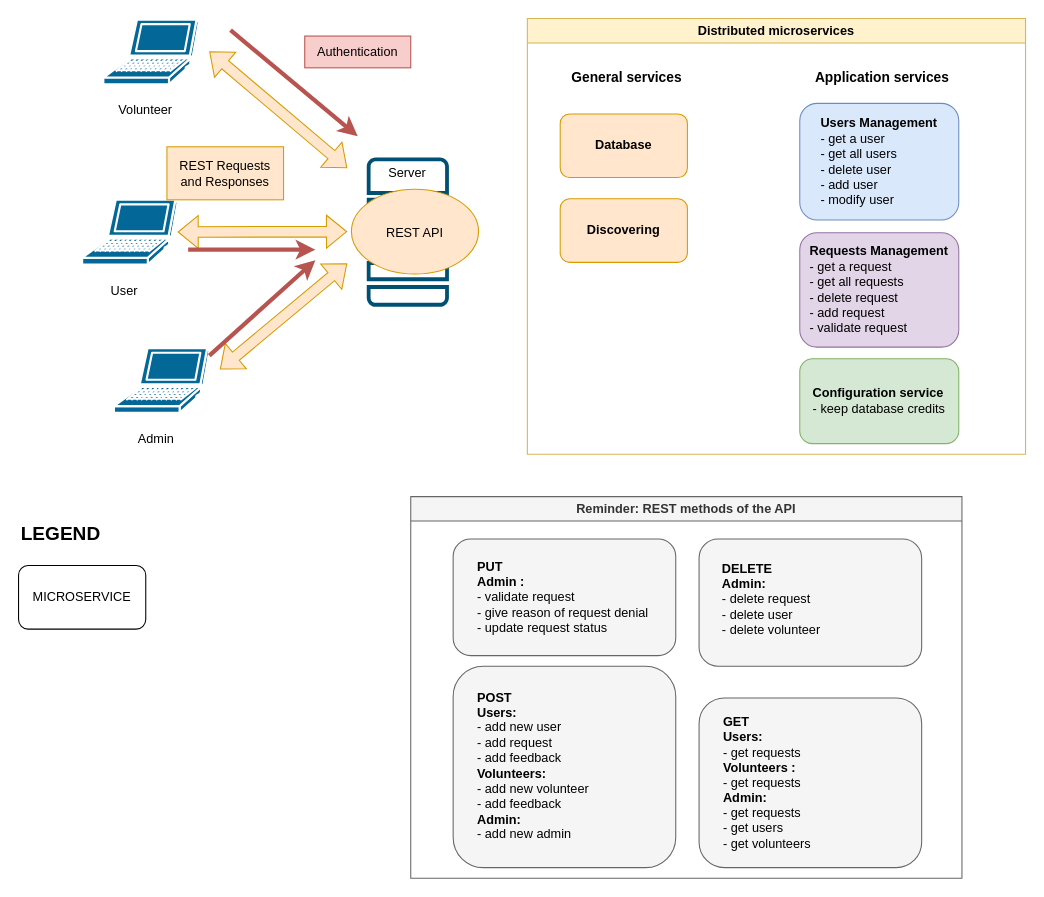
The draw.io diagram archi-finale-microservices.drawio in RomainMln/ServiceArchitecture, before the edit. Source tidied: cells renumbered, new cells numbered last; positions are measured from the earlier drawing's top-left corner, leaving out a move shared by most shapes. Both pictures are drawn from the tidied source at 106%, with x=0, y=0 at pixel (18, 18).
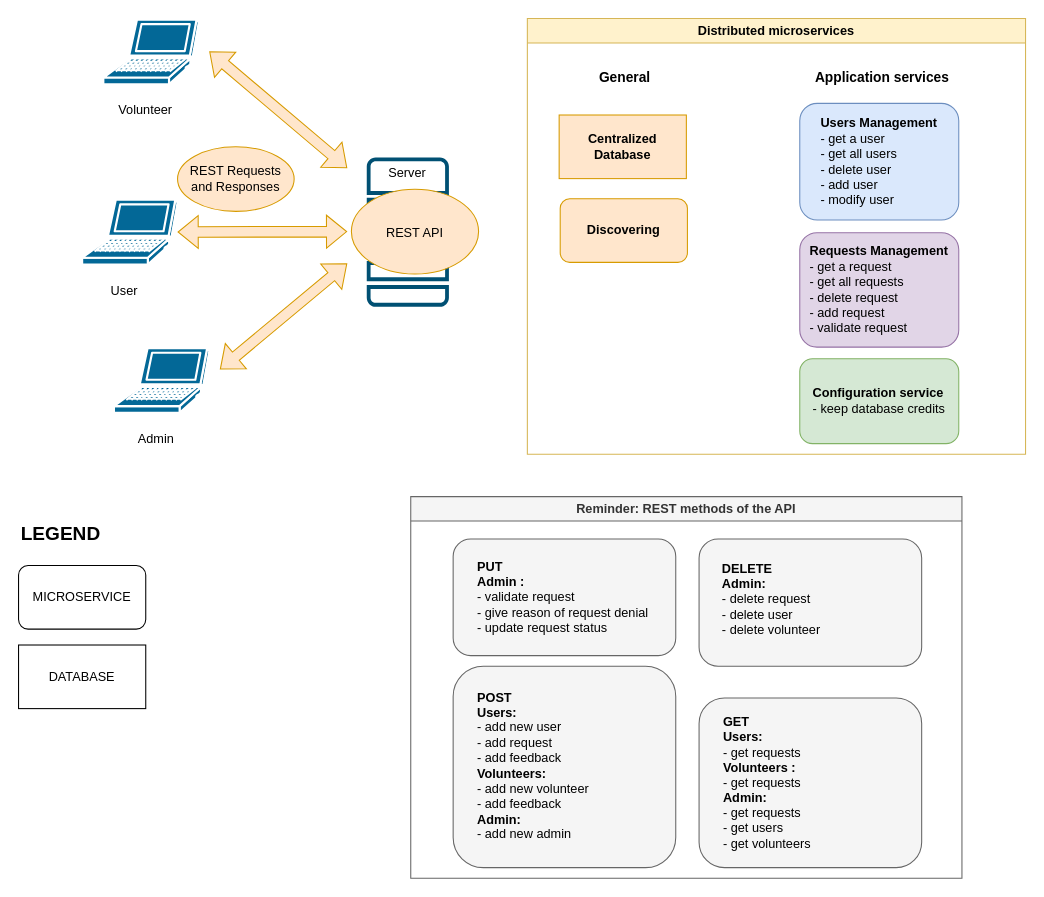
After the change.

The change refers to these unchanged cells:
```xml
<mxCell id="34" value="Distributed microservices" style="swimlane;whiteSpace=wrap;html=1;fillColor=#fff2cc;strokeColor=#d6b656;" parent="1" vertex="1">
  <mxGeometry x="480" width="470" height="411" as="geometry" />
</mxCell>
```

The edit, as a diff of the source:
```diff
@@
-    <mxCell id="17" value="REST Requests and Responses" style="text;html=1;strokeColor=#d79b00;fillColor=#ffe6cc;align=center;verticalAlign=middle;whiteSpace=wrap;rounded=0;" parent="1" vertex="1">
-      <mxGeometry x="140" y="121" width="110" height="50" as="geometry" />
-    </mxCell>
-    <mxCell id="18" style="endArrow=classic;html=1;rounded=0;fillColor=#f8cecc;strokeColor=#b85450;strokeWidth=4;" parent="1" edge="1">
-      <mxGeometry relative="1" as="geometry">
-        <mxPoint x="180" y="318" as="sourcePoint" />
-        <mxPoint x="280" y="228" as="targetPoint" />
-      </mxGeometry>
-    </mxCell>
-    <mxCell id="19" value="Authentication" style="text;html=1;strokeColor=#b85450;fillColor=#f8cecc;align=center;verticalAlign=middle;whiteSpace=wrap;rounded=0;" parent="1" vertex="1">
-      <mxGeometry x="270" y="16.5" width="100" height="30" as="geometry" />
-    </mxCell>
@@
-    <mxCell id="29" value="&lt;b&gt;Database&lt;/b&gt;" style="rounded=1;whiteSpace=wrap;html=1;fillColor=#ffe6cc;strokeColor=#d79b00;" parent="1" vertex="1">
-      <mxGeometry x="511" y="90" width="120" height="60" as="geometry" />
-    </mxCell>
@@
-    <mxCell id="31" value="&lt;b&gt;&lt;font style=&quot;font-size: 13px;&quot;&gt;General services&lt;/font&gt;&lt;/b&gt;" style="text;html=1;strokeColor=none;fillColor=none;align=center;verticalAlign=middle;whiteSpace=wrap;rounded=0;" parent="1" vertex="1">
+    <mxCell id="31" value="&lt;b&gt;&lt;font style=&quot;font-size: 13px;&quot;&gt;General&amp;nbsp;&lt;/font&gt;&lt;/b&gt;" style="text;html=1;strokeColor=none;fillColor=none;align=center;verticalAlign=middle;whiteSpace=wrap;rounded=0;" parent="1" vertex="1">
       <mxGeometry x="519" y="40" width="110" height="30" as="geometry" />
     </mxCell>
-    <mxCell id="32" style="endArrow=classic;html=1;rounded=0;fillColor=#f8cecc;strokeColor=#b85450;strokeWidth=4;" parent="1" edge="1">
-      <mxGeometry relative="1" as="geometry">
-        <mxPoint x="200" y="11" as="sourcePoint" />
-        <mxPoint x="320" y="111" as="targetPoint" />
-      </mxGeometry>
-    </mxCell>
-    <mxCell id="33" style="endArrow=classic;html=1;rounded=0;fillColor=#f8cecc;strokeColor=#b85450;strokeWidth=4;" parent="1" edge="1">
-      <mxGeometry relative="1" as="geometry">
-        <mxPoint x="160" y="218" as="sourcePoint" />
-        <mxPoint x="280" y="218" as="targetPoint" />
-      </mxGeometry>
-    </mxCell>
@@
+    <mxCell id="39" value="&lt;b&gt;Centralized Database&lt;/b&gt;" style="rounded=0;whiteSpace=wrap;html=1;fillColor=#ffe6cc;strokeColor=#d79b00;" parent="34" vertex="1">
+      <mxGeometry x="30" y="91" width="120" height="60" as="geometry" />
+    </mxCell>
+    <mxCell id="40" value="DATABASE" style="rounded=0;whiteSpace=wrap;html=1;" parent="1" vertex="1">
+      <mxGeometry y="591" width="120" height="60" as="geometry" />
+    </mxCell>
+    <mxCell id="17" value="REST Requests and Responses" style="ellipse;whiteSpace=wrap;html=1;fillColor=#ffe6cc;strokeColor=#d79b00;" parent="1" vertex="1">
+      <mxGeometry x="150" y="121" width="110" height="60.9" as="geometry" />
+    </mxCell>
```
